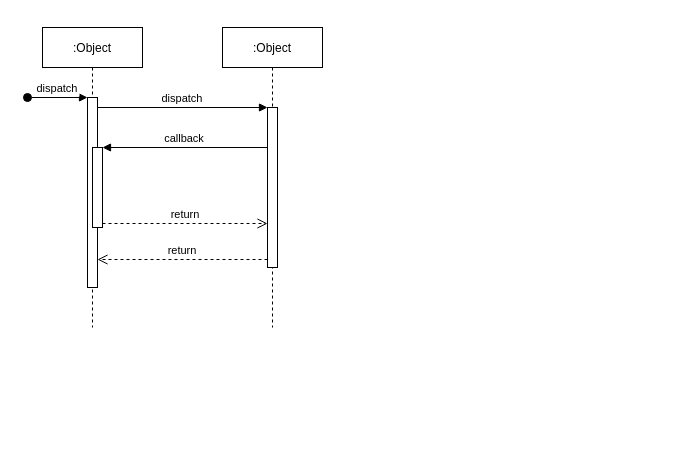
This is Untitled Diagram.drawio from sezermehmed/sezermehmed, a draw.io file, before an edit. Source tidied: cells renumbered, new cells numbered last; positions are measured from the earlier drawing's top-left corner, leaving out a move shared by most shapes. Both pictures are drawn from the tidied source at 100%, with x=0, y=0 at pixel (27, 27).
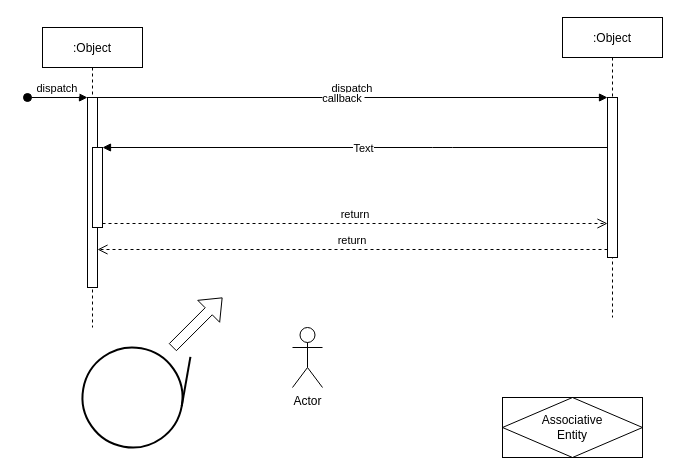
The same diagram, later.

The change refers to these unchanged cells:
```xml
<mxCell id="5" style="points=[];perimeter=orthogonalPerimeter;rounded=0;shadow=0;strokeWidth=1;" parent="2" vertex="1">
  <mxGeometry x="50" y="120" width="10" height="80" as="geometry" />
</mxCell>
<mxCell id="7" style="points=[];perimeter=orthogonalPerimeter;rounded=0;shadow=0;strokeWidth=1;" parent="6" vertex="1">
  <mxGeometry x="45" y="80" width="10" height="160" as="geometry" />
</mxCell>
```

Change to the diagram source:
```diff
@@
     <mxCell id="6" value=":Object" style="shape=umlLifeline;perimeter=lifelinePerimeter;rounded=0;shadow=0;strokeWidth=1;" parent="1" vertex="1">
-      <mxGeometry x="195" width="100" height="300" as="geometry" />
+      <mxGeometry x="535" y="-10" width="100" height="300" as="geometry" />
     </mxCell>
@@
     <mxCell id="10" value="callback" style="verticalAlign=bottom;endArrow=block;entryX=1;entryY=0;shadow=0;strokeWidth=1;" parent="1" edge="1" source="7" target="5">
-      <mxGeometry relative="1" as="geometry" />
+      <mxGeometry x="0.05" y="-40" relative="1" as="geometry">
+        <Array as="points">
+          <mxPoint x="415" y="120" />
+        </Array>
+      </mxGeometry>
     </mxCell>
+    <mxCell id="12" value="Text" style="edgeLabel;html=1;align=center;verticalAlign=middle;" parent="10" vertex="1">
+      <mxGeometry x="-0.27" y="-1" relative="1" as="geometry">
+        <mxPoint x="-61" y="1" as="offset" />
+      </mxGeometry>
+    </mxCell>
@@
+    <mxCell id="13" value="Actor" style="shape=umlActor;verticalLabelPosition=bottom;verticalAlign=top;html=1;" parent="1" vertex="1">
+      <mxGeometry x="265" y="300" width="30" height="60" as="geometry" />
+    </mxCell>
+    <mxCell id="14" style="shape=flexArrow;endArrow=classic;html=1;rounded=0;" parent="1" edge="1">
+      <mxGeometry relative="1" as="geometry">
+        <mxPoint x="145" y="320" as="sourcePoint" />
+        <mxPoint x="195" y="270" as="targetPoint" />
+      </mxGeometry>
+    </mxCell>
+    <mxCell id="15" style="strokeWidth=2;html=1;shape=mxgraph.flowchart.sequential_data;whiteSpace=wrap;rotation=-80;" parent="1" vertex="1">
+      <mxGeometry x="55" y="320" width="100" height="100" as="geometry" />
+    </mxCell>
+    <mxCell id="16" value="Associative&#10;Entity" style="shape=associativeEntity;whiteSpace=wrap;html=1;align=center;" parent="1" vertex="1">
+      <mxGeometry x="475" y="370" width="140" height="60" as="geometry" />
+    </mxCell>
```
